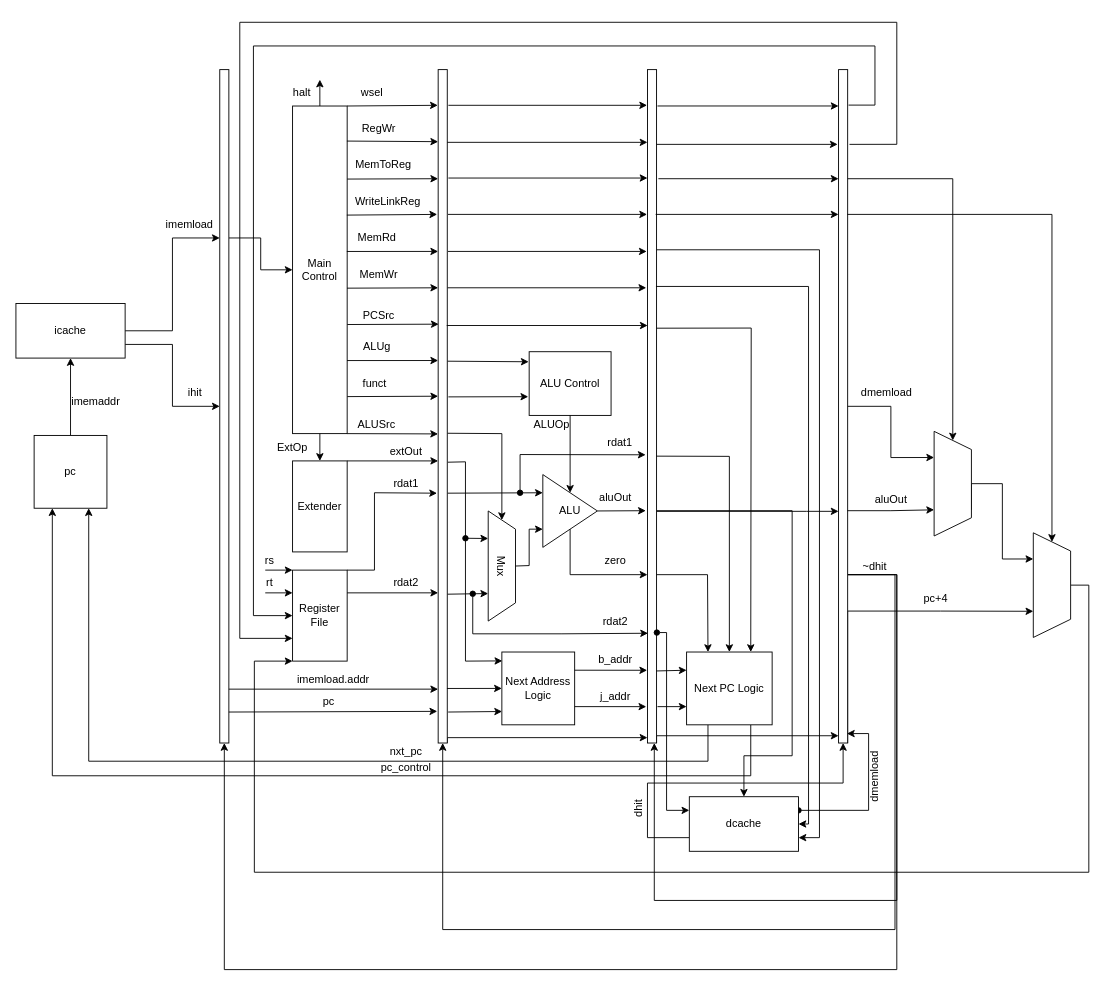
This is Pipeline.drawio.xml from dsrasheed/ece437, a draw.io file, before an edit. Source tidied: cells renumbered, new cells numbered last; positions are measured from the earlier drawing's top-left corner, leaving out a move shared by most shapes. Both pictures are drawn from the tidied source at 91%, with x=0, y=0 at pixel (15, 22).
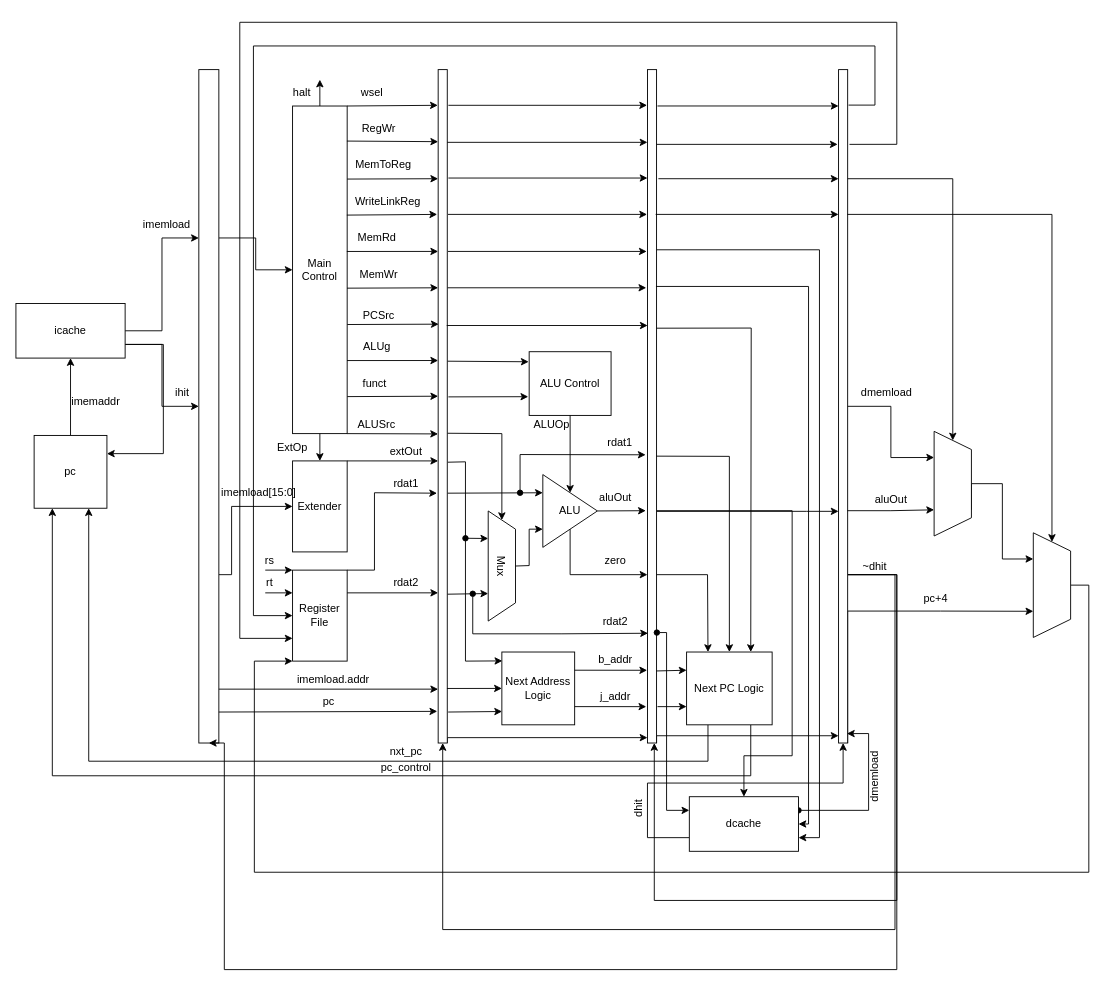
After the change.

Unchanged cells that the change refers to:
```xml
<mxCell id="30" value="Extender" style="rounded=0;whiteSpace=wrap;html=1;" parent="1" vertex="1">
  <mxGeometry x="304" y="482" width="60" height="100" as="geometry" />
</mxCell>
<mxCell id="120" value="pc" style="whiteSpace=wrap;html=1;" parent="1" vertex="1">
  <mxGeometry x="20" y="454" width="80" height="80" as="geometry" />
</mxCell>
<mxCell id="123" value="icache" style="rounded=0;whiteSpace=wrap;html=1;" parent="1" vertex="1">
  <mxGeometry y="309" width="120" height="60" as="geometry" />
</mxCell>
```

What changed in the source:
```diff
@@
+    <mxCell id="135" style="edgeStyle=orthogonalEdgeStyle;rounded=0;jettySize=auto;html=1;exitX=1;exitY=0.75;exitDx=0;exitDy=0;entryX=0;entryY=0.5;entryDx=0;entryDy=0;" parent="1" edge="1" source="3" target="30">
+      <mxGeometry relative="1" as="geometry">
+        <Array as="points">
+          <mxPoint x="237" y="532" />
+        </Array>
+      </mxGeometry>
+    </mxCell>
     <mxCell id="3" style="rounded=0;whiteSpace=wrap;html=1;" parent="1" vertex="1">
-      <mxGeometry x="224" y="52" width="10" height="740" as="geometry" />
+      <mxGeometry x="201" y="52" width="22" height="740" as="geometry" />
     </mxCell>
@@
+    <mxCell id="136" style="edgeStyle=orthogonalEdgeStyle;rounded=0;jettySize=auto;html=1;exitX=1;exitY=0.75;exitDx=0;exitDy=0;entryX=1;entryY=0.25;entryDx=0;entryDy=0;" parent="1" edge="1" source="123" target="120">
+      <mxGeometry relative="1" as="geometry">
+        <Array as="points">
+          <mxPoint x="162" y="354" />
+          <mxPoint x="162" y="474" />
+        </Array>
+      </mxGeometry>
+    </mxCell>
@@
     <mxCell id="132" value="ihit" style="text;html=1;strokeColor=none;fillColor=none;align=center;verticalAlign=middle;whiteSpace=wrap;rounded=0;" parent="1" vertex="1">
-      <mxGeometry x="167" y="392" width="60" height="30" as="geometry" />
+      <mxGeometry x="153" y="392" width="60" height="30" as="geometry" />
     </mxCell>
     <mxCell id="133" value="imemload" style="text;html=1;strokeColor=none;fillColor=none;align=center;verticalAlign=middle;whiteSpace=wrap;rounded=0;" parent="1" vertex="1">
-      <mxGeometry x="161" y="208" width="60" height="30" as="geometry" />
+      <mxGeometry x="136" y="208" width="60" height="30" as="geometry" />
     </mxCell>
@@
+    <mxCell id="137" value="imemload[15:0]" style="text;html=1;strokeColor=none;fillColor=none;align=center;verticalAlign=middle;whiteSpace=wrap;rounded=0;" parent="1" vertex="1">
+      <mxGeometry x="237" y="502" width="60" height="30" as="geometry" />
+    </mxCell>
```
